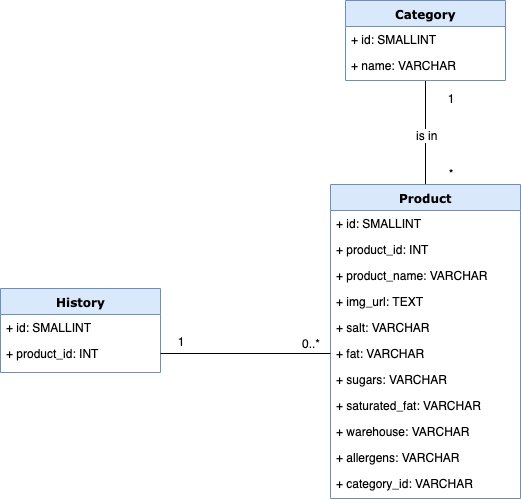
ritchy7/udopdo keeps this draw.io diagram as conception/physical_schema.png. Above is the earlier version. Source tidied: cells renumbered, new cells last; positions are measured from the earlier drawing's top-left corner, leaving out a move shared by most shapes.
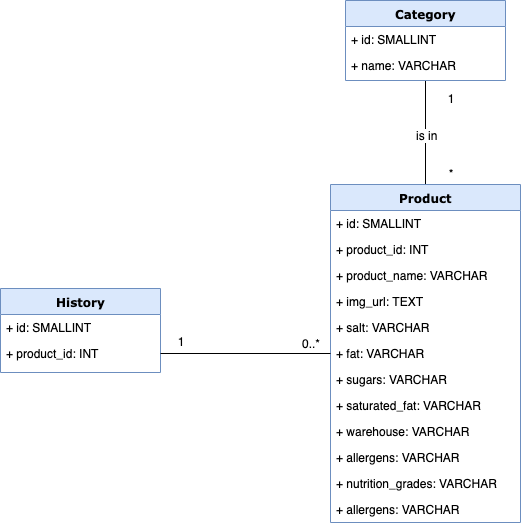
The same file after the commit.

Commit message:
add(Product): add nutrition_grades

Diff of the diagram source:
```diff
@@ -11,7 +11,7 @@
       <mxGeometry x="414" y="125.5" width="40" height="20" as="geometry" />
     </mxCell>
     <mxCell id="4" value="Product" style="swimlane;html=1;fontStyle=1;align=center;verticalAlign=top;horizontal=1;startSize=26;swimlaneFillColor=#ffffff;rounded=0;shadow=0;comic=0;labelBackgroundColor=none;strokeColor=#6c8ebf;strokeWidth=1;fillColor=#dae8fc;fontFamily=Verdana;fontSize=12;" parent="1" vertex="1">
-      <mxGeometry x="330" y="184" width="190" height="314" as="geometry" />
+      <mxGeometry x="330" y="184" width="190" height="338" as="geometry" />
     </mxCell>
     <mxCell id="5" value="+ id: SMALLINT" style="text;html=1;strokeColor=none;fillColor=none;align=left;verticalAlign=top;spacingLeft=4;spacingRight=4;whiteSpace=wrap;overflow=hidden;" parent="4" vertex="1">
       <mxGeometry y="26" width="190" height="26" as="geometry" />
@@ -43,9 +43,12 @@
     <mxCell id="14" value="+ allergens: VARCHAR" style="text;html=1;strokeColor=none;fillColor=none;align=left;verticalAlign=top;spacingLeft=4;spacingRight=4;whiteSpace=wrap;overflow=hidden;" parent="4" vertex="1">
       <mxGeometry y="260" width="190" height="26" as="geometry" />
     </mxCell>
-    <mxCell id="15" value="+ category_id: VARCHAR" style="text;html=1;strokeColor=none;fillColor=none;align=left;verticalAlign=top;spacingLeft=4;spacingRight=4;whiteSpace=wrap;overflow=hidden;" parent="4" vertex="1">
+    <mxCell id="15" value="+ nutrition_grades: VARCHAR" style="text;html=1;strokeColor=none;fillColor=none;align=left;verticalAlign=top;spacingLeft=4;spacingRight=4;whiteSpace=wrap;overflow=hidden;" parent="4" vertex="1">
       <mxGeometry y="286" width="190" height="26" as="geometry" />
     </mxCell>
+    <mxCell id="27" value="+ allergens: VARCHAR" style="text;html=1;strokeColor=none;fillColor=none;align=left;verticalAlign=top;spacingLeft=4;spacingRight=4;whiteSpace=wrap;overflow=hidden;" parent="4" vertex="1">
+      <mxGeometry y="312" width="190" height="26" as="geometry" />
+    </mxCell>
     <mxCell id="16" value="History" style="swimlane;html=1;fontStyle=1;align=center;verticalAlign=top;horizontal=1;startSize=26;swimlaneFillColor=#ffffff;rounded=0;shadow=0;comic=0;labelBackgroundColor=none;strokeColor=#6c8ebf;strokeWidth=1;fillColor=#dae8fc;fontFamily=Verdana;fontSize=12;" parent="1" vertex="1">
       <mxGeometry y="288" width="160" height="84" as="geometry" />
     </mxCell>
```
